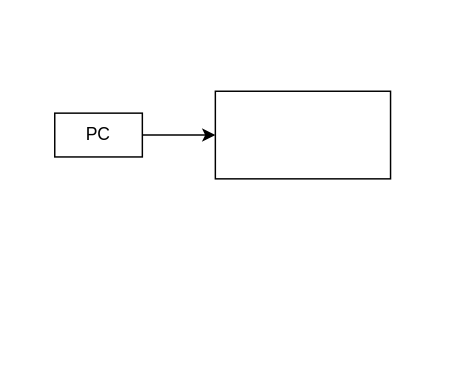
Sipym/For-DrawIo keeps this draw.io diagram as IF阶段微架构.drawio. Above is the earlier version. Source tidied: cells renumbered, new cells numbered last; positions are measured from the earlier drawing's top-left corner, leaving out a move shared by most shapes. Both pictures are drawn from the tidied source at 146%, with x=0, y=0 at pixel (54, 91).
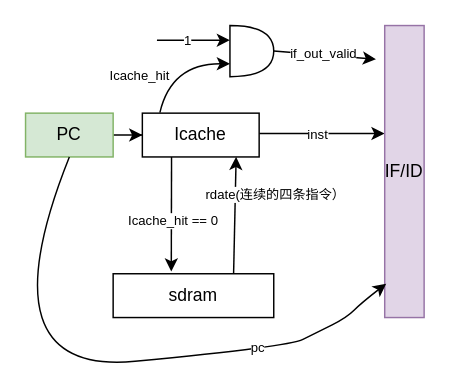
After the change.

Commit message:
更新IF阶段微架构.drawio

Diff of the diagram source:
```diff
@@
-    <mxCell id="3" value="PC" style="rounded=0;whiteSpace=wrap;html=1;" parent="1" vertex="1">
-      <mxGeometry y="15" width="60" height="30" as="geometry" />
+    <mxCell id="3" value="PC" style="rounded=0;whiteSpace=wrap;html=1;fillColor=#d5e8d4;strokeColor=#82b366;" parent="1" vertex="1">
+      <mxGeometry x="-20" y="15" width="60" height="30" as="geometry" />
     </mxCell>
+    <mxCell id="5" style="edgeStyle=orthogonalEdgeStyle;rounded=0;jettySize=auto;html=1;entryX=-0.004;entryY=0.37;entryDx=0;entryDy=0;entryPerimeter=0;" parent="1" edge="1" source="4" target="7">
+      <mxGeometry relative="1" as="geometry">
+        <Array as="points">
+          <mxPoint x="226" y="30" />
+        </Array>
+      </mxGeometry>
+    </mxCell>
+    <mxCell id="6" value="inst" style="edgeLabel;html=1;align=center;verticalAlign=middle;fontSize=9;" parent="5" vertex="1">
+      <mxGeometry x="-0.1" relative="1" as="geometry" />
+    </mxCell>
-    <mxCell id="4" style="whiteSpace=wrap;html=1;rounded=0;" parent="1" vertex="1">
-      <mxGeometry x="110" width="120" height="60" as="geometry" />
+    <mxCell id="4" value="Icache" style="whiteSpace=wrap;html=1;rounded=0;" parent="1" vertex="1">
+      <mxGeometry x="60" y="15" width="80" height="30" as="geometry" />
     </mxCell>
+    <mxCell id="7" value="IF/ID" style="rounded=0;whiteSpace=wrap;html=1;fillColor=#e1d5e7;strokeColor=#9673a6;" parent="1" vertex="1">
+      <mxGeometry x="226" y="-45" width="27" height="200" as="geometry" />
+    </mxCell>
+    <mxCell id="8" style="shape=or;whiteSpace=wrap;html=1;" parent="1" vertex="1">
+      <mxGeometry x="120" y="-45" width="30" height="35" as="geometry" />
+    </mxCell>
+    <mxCell id="9" style="endArrow=classic;html=1;rounded=0;exitX=1;exitY=0.5;exitDx=0;exitDy=0;exitPerimeter=0;" parent="1" edge="1" source="8">
+      <mxGeometry relative="1" as="geometry">
+        <mxPoint x="220" y="-22" as="targetPoint" />
+      </mxGeometry>
+    </mxCell>
+    <mxCell id="10" value="if_out_valid" style="edgeLabel;html=1;align=center;verticalAlign=middle;fontSize=9;" parent="9" vertex="1">
+      <mxGeometry x="-0.04" y="1" relative="1" as="geometry" />
+    </mxCell>
+    <mxCell id="11" style="curved=1;endArrow=classic;html=1;rounded=0;exitX=0.15;exitY=-0.013;exitDx=0;exitDy=0;exitPerimeter=0;entryX=0;entryY=0.75;entryDx=0;entryDy=0;entryPerimeter=0;" parent="1" edge="1" source="4" target="8">
+      <mxGeometry relative="1" as="geometry">
+        <Array as="points">
+          <mxPoint x="80" y="-19" />
+        </Array>
+      </mxGeometry>
+    </mxCell>
+    <mxCell id="12" value="Icache_hit" style="edgeLabel;html=1;align=center;verticalAlign=middle;fontSize=9;" parent="11" vertex="1">
+      <mxGeometry x="-0.36" y="-1" relative="1" as="geometry">
+        <mxPoint x="-21" y="-2" as="offset" />
+      </mxGeometry>
+    </mxCell>
+    <mxCell id="13" style="endArrow=classic;html=1;rounded=0;" parent="1" edge="1">
+      <mxGeometry relative="1" as="geometry">
+        <mxPoint x="70" y="-35" as="sourcePoint" />
+        <mxPoint x="120" y="-35" as="targetPoint" />
+      </mxGeometry>
+    </mxCell>
+    <mxCell id="14" value="1" style="edgeLabel;html=1;align=center;verticalAlign=middle;fontSize=9;" parent="13" vertex="1">
+      <mxGeometry x="-0.16" relative="1" as="geometry">
+        <mxPoint x="-1" as="offset" />
+      </mxGeometry>
+    </mxCell>
+    <mxCell id="15" style="endArrow=classic;html=1;rounded=0;exitX=0.25;exitY=1;exitDx=0;exitDy=0;entryX=0.362;entryY=-0.052;entryDx=0;entryDy=0;entryPerimeter=0;" parent="1" edge="1" source="4" target="20">
+      <mxGeometry relative="1" as="geometry" />
+    </mxCell>
+    <mxCell id="16" value="Icache_hit == 0" style="edgeLabel;html=1;align=center;verticalAlign=middle;fontSize=9;" parent="15" vertex="1">
+      <mxGeometry x="0.15" y="1" relative="1" as="geometry">
+        <mxPoint y="-2" as="offset" />
+      </mxGeometry>
+    </mxCell>
+    <mxCell id="17" style="endArrow=classic;html=1;rounded=0;entryX=0.803;entryY=0.997;entryDx=0;entryDy=0;entryPerimeter=0;exitX=0.75;exitY=0;exitDx=0;exitDy=0;" parent="1" edge="1" source="20" target="4">
+      <mxGeometry relative="1" as="geometry" />
+    </mxCell>
+    <mxCell id="18" style="endArrow=classic;html=1;rounded=0;entryX=0.803;entryY=0.997;entryDx=0;entryDy=0;entryPerimeter=0;" parent="1" edge="1" target="20">
+      <mxGeometry relative="1" as="geometry">
+        <mxPoint x="124" y="145" as="sourcePoint" />
+      </mxGeometry>
+    </mxCell>
+    <mxCell id="19" value="rdate(连续的四条指令）" style="edgeLabel;html=1;align=center;verticalAlign=middle;fontSize=9;" parent="18" vertex="1">
+      <mxGeometry x="-0.42" y="-1" relative="1" as="geometry">
+        <mxPoint x="26" y="-78" as="offset" />
+      </mxGeometry>
+    </mxCell>
+    <mxCell id="20" value="sdram" style="whiteSpace=wrap;html=1;rounded=0;" parent="1" vertex="1">
+      <mxGeometry x="40" y="125" width="110" height="30" as="geometry" />
+    </mxCell>
+    <mxCell id="21" style="curved=1;endArrow=classic;html=1;rounded=0;entryX=0.037;entryY=0.884;entryDx=0;entryDy=0;entryPerimeter=0;exitX=0.5;exitY=1;exitDx=0;exitDy=0;" parent="1" edge="1" source="3" target="7">
+      <mxGeometry relative="1" as="geometry">
+        <Array as="points">
+          <mxPoint x="-50" y="195" />
+          <mxPoint x="160" y="175" />
+          <mxPoint x="180" y="165" />
+          <mxPoint x="200" y="155" />
+          <mxPoint x="210" y="145" />
+        </Array>
+      </mxGeometry>
+    </mxCell>
+    <mxCell id="22" value="pc" style="edgeLabel;html=1;align=center;verticalAlign=middle;fontSize=9;" parent="21" vertex="1">
+      <mxGeometry x="0.55" y="2" relative="1" as="geometry" />
+    </mxCell>
```
